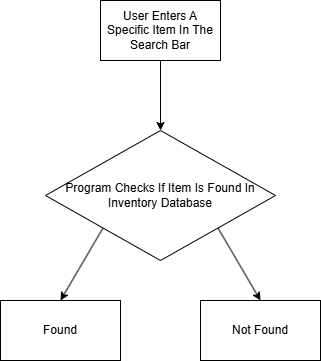
Earlier version of the draw.io export Use Case Diagrams/browse_and_search_through_current_listings/browse_and_search_through_current_listings_STATE_DIAGRAM.drawio.png (gavinbarry60/group8). Source tidied: cells renumbered, new cells last; positions are measured from the earlier drawing's top-left corner, leaving out a move shared by most shapes. Its diagram source:
```xml
<mxGraphModel>
  <root>
    <mxCell id="0" />
    <mxCell id="1" parent="0" />
    <mxCell id="2" value="User Enters A Specific Item In The Search Bar" style="rounded=0;whiteSpace=wrap;html=1;" parent="1" vertex="1">
      <mxGeometry x="100" width="120" height="60" as="geometry" />
    </mxCell>
    <mxCell id="3" style="endArrow=classic;html=1;rounded=0;exitX=0.5;exitY=1;exitDx=0;exitDy=0;entryX=0.5;entryY=0;entryDx=0;entryDy=0;" parent="1" edge="1" source="2" target="4">
      <mxGeometry relative="1" as="geometry" />
    </mxCell>
    <mxCell id="4" value="Program Checks If Item Is Found In Inventory Database" style="rhombus;whiteSpace=wrap;html=1;" parent="1" vertex="1">
      <mxGeometry x="45" y="130" width="230" height="130" as="geometry" />
    </mxCell>
    <mxCell id="5" value="Found" style="rounded=0;whiteSpace=wrap;html=1;" parent="1" vertex="1">
      <mxGeometry y="300" width="120" height="60" as="geometry" />
    </mxCell>
    <mxCell id="6" value="Not Found" style="rounded=0;whiteSpace=wrap;html=1;" parent="1" vertex="1">
      <mxGeometry x="200" y="300" width="120" height="60" as="geometry" />
    </mxCell>
    <mxCell id="7" style="endArrow=classic;html=1;rounded=0;exitX=0;exitY=1;exitDx=0;exitDy=0;entryX=0.5;entryY=0;entryDx=0;entryDy=0;" parent="1" edge="1" source="4" target="5">
      <mxGeometry relative="1" as="geometry" />
    </mxCell>
    <mxCell id="8" style="endArrow=classic;html=1;rounded=0;exitX=1;exitY=1;exitDx=0;exitDy=0;entryX=0.5;entryY=0;entryDx=0;entryDy=0;" parent="1" edge="1" source="4" target="6">
      <mxGeometry relative="1" as="geometry" />
    </mxCell>
  </root>
</mxGraphModel>
```
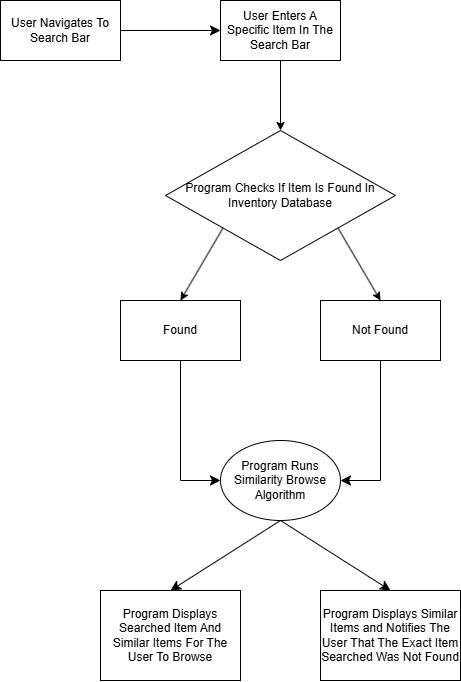
After the commit.

Diff of the diagram source:
```diff
@@ -23,5 +23,36 @@
     <mxCell id="8" style="endArrow=classic;html=1;rounded=0;exitX=1;exitY=1;exitDx=0;exitDy=0;entryX=0.5;entryY=0;entryDx=0;entryDy=0;" parent="1" edge="1" source="4" target="6">
       <mxGeometry relative="1" as="geometry" />
     </mxCell>
+    <mxCell id="9" style="endArrow=classic;html=1;rounded=0;fontSize=12;startSize=8;endSize=8;exitX=0.5;exitY=1;exitDx=0;exitDy=0;entryX=0;entryY=0.5;entryDx=0;entryDy=0;edgeStyle=elbowEdgeStyle;" parent="1" edge="1" source="5" target="14">
+      <mxGeometry relative="1" as="geometry">
+        <Array as="points">
+          <mxPoint x="60" y="420" />
+        </Array>
+      </mxGeometry>
+    </mxCell>
+    <mxCell id="10" value="Program Displays Searched Item And Similar Items For The User To Browse" style="rounded=0;whiteSpace=wrap;html=1;" parent="1" vertex="1">
+      <mxGeometry x="-20" y="590" width="140" height="90" as="geometry" />
+    </mxCell>
+    <mxCell id="11" style="endArrow=classic;html=1;rounded=0;fontSize=12;startSize=8;endSize=8;curved=1;exitX=0.5;exitY=1;exitDx=0;exitDy=0;entryX=0.5;entryY=0;entryDx=0;entryDy=0;" parent="1" edge="1" source="14" target="10">
+      <mxGeometry relative="1" as="geometry" />
+    </mxCell>
+    <mxCell id="12" value="User Navigates To Search Bar" style="rounded=0;whiteSpace=wrap;html=1;" parent="1" vertex="1">
+      <mxGeometry x="-120" width="120" height="60" as="geometry" />
+    </mxCell>
+    <mxCell id="13" style="endArrow=classic;html=1;rounded=0;fontSize=12;startSize=8;endSize=8;curved=1;exitX=1;exitY=0.5;exitDx=0;exitDy=0;entryX=0;entryY=0.5;entryDx=0;entryDy=0;" parent="1" edge="1" source="12" target="2">
+      <mxGeometry relative="1" as="geometry" />
+    </mxCell>
+    <mxCell id="14" value="Program Runs Similarity Browse Algorithm" style="ellipse;whiteSpace=wrap;html=1;" parent="1" vertex="1">
+      <mxGeometry x="100" y="440" width="120" height="80" as="geometry" />
+    </mxCell>
+    <mxCell id="15" style="endArrow=classic;html=1;rounded=0;fontSize=12;startSize=8;endSize=8;exitX=0.5;exitY=1;exitDx=0;exitDy=0;edgeStyle=orthogonalEdgeStyle;entryX=1;entryY=0.5;entryDx=0;entryDy=0;" parent="1" edge="1" source="6" target="14">
+      <mxGeometry relative="1" as="geometry" />
+    </mxCell>
+    <mxCell id="16" value="Program Displays Similar Items and Notifies The User That The Exact Item Searched Was Not Found" style="rounded=0;whiteSpace=wrap;html=1;" parent="1" vertex="1">
+      <mxGeometry x="200" y="590" width="140" height="90" as="geometry" />
+    </mxCell>
+    <mxCell id="17" style="endArrow=classic;html=1;rounded=0;fontSize=12;startSize=8;endSize=8;curved=1;exitX=0.5;exitY=1;exitDx=0;exitDy=0;entryX=0.5;entryY=0;entryDx=0;entryDy=0;" parent="1" edge="1" source="14" target="16">
+      <mxGeometry relative="1" as="geometry" />
+    </mxCell>
   </root>
 </mxGraphModel>
```
